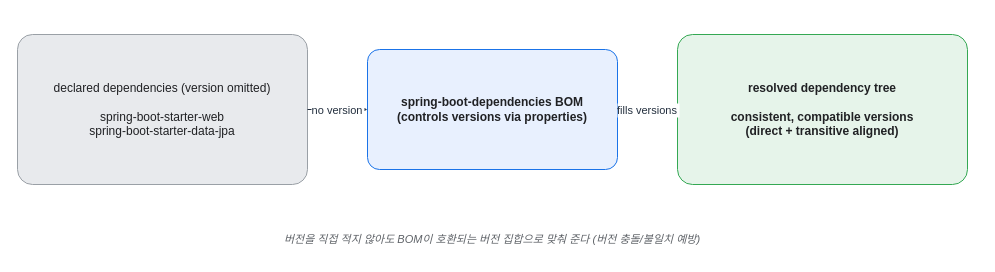
Earlier version of the draw.io diagram assets/img/spring/spring-22-dependency-bom.drawio (KKamJi98/kkamji98.github.io). Source tidied: cells renumbered, new cells numbered last; positions are measured from the earlier drawing's top-left corner, leaving out a move shared by most shapes. Both pictures are drawn from the tidied source at 100%, with x=0, y=0 at pixel (17, 34).
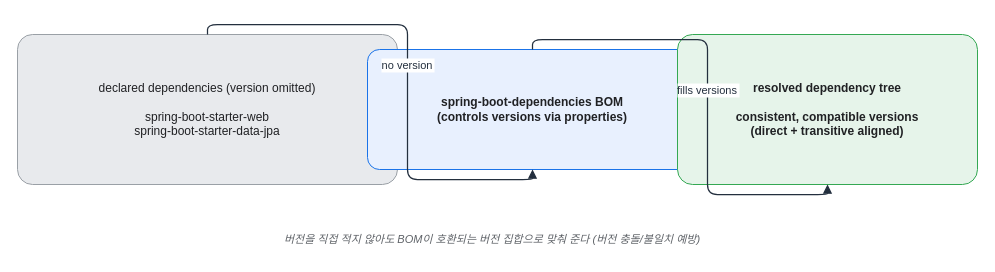
After the change.

Change to the diagram source:
```diff
@@
 <mxGraphModel background="#FFFFFF">
   <root>
     <mxCell id="0" />
     <mxCell id="1" parent="0" />
-    <mxCell id="2" value="declared dependencies (version omitted)&#10;&#10;spring-boot-starter-web&#10;spring-boot-starter-data-jpa" style="rounded=1;whiteSpace=wrap;html=1;arcSize=10;shadow=0;fillColor=#E8EAED;strokeColor=#9AA0A6;fontColor=#202124;" parent="1" vertex="1">
-      <mxGeometry width="290" height="150" as="geometry" />
+    <mxCell id="2" value="declared dependencies (version omitted)&#10;&#10;spring-boot-starter-web&#10;spring-boot-starter-data-jpa" style="rounded=1;whiteSpace=wrap;html=0;arcSize=10;shadow=0;fillColor=#E8EAED;strokeColor=#9AA0A6;fontColor=#202124;" parent="1" vertex="1">
+      <mxGeometry width="380" height="150" as="geometry" />
     </mxCell>
-    <mxCell id="3" value="spring-boot-dependencies BOM&#10;(controls versions via properties)" style="rounded=1;whiteSpace=wrap;html=1;arcSize=10;shadow=0;fillColor=#E8F0FE;strokeColor=#1A73E8;fontColor=#202124;fontStyle=1;" parent="1" vertex="1">
-      <mxGeometry x="350" y="15" width="250" height="120" as="geometry" />
+    <mxCell id="3" value="spring-boot-dependencies BOM&#10;(controls versions via properties)" style="rounded=1;whiteSpace=wrap;html=0;arcSize=10;shadow=0;fillColor=#E8F0FE;strokeColor=#1A73E8;fontColor=#202124;fontStyle=1;" parent="1" vertex="1">
+      <mxGeometry x="350" y="15" width="330" height="120" as="geometry" />
     </mxCell>
-    <mxCell id="4" value="resolved dependency tree&#10;&#10;consistent, compatible versions&#10;(direct + transitive aligned)" style="rounded=1;whiteSpace=wrap;html=1;arcSize=10;shadow=0;fillColor=#E6F4EA;strokeColor=#34A853;fontColor=#202124;fontStyle=1;" parent="1" vertex="1">
-      <mxGeometry x="660" width="290" height="150" as="geometry" />
+    <mxCell id="4" value="resolved dependency tree&#10;&#10;consistent, compatible versions&#10;(direct + transitive aligned)" style="rounded=1;whiteSpace=wrap;html=0;arcSize=10;shadow=0;fillColor=#E6F4EA;strokeColor=#34A853;fontColor=#202124;fontStyle=1;" parent="1" vertex="1">
+      <mxGeometry x="660" width="300" height="150" as="geometry" />
     </mxCell>
-    <mxCell id="5" value="버전을 직접 적지 않아도 BOM이 호환되는 버전 집합으로 맞춰 준다 (버전 충돌/불일치 예방)" style="text;html=1;align=center;verticalAlign=middle;whiteSpace=wrap;fontSize=11;fontColor=#5F6368;fontStyle=2;" parent="1" vertex="1">
+    <mxCell id="5" value="버전을 직접 적지 않아도 BOM이 호환되는 버전 집합으로 맞춰 준다 (버전 충돌/불일치 예방)" style="text;html=0;align=center;verticalAlign=middle;whiteSpace=wrap;fontSize=11;fontColor=#5F6368;fontStyle=2;" parent="1" vertex="1">
       <mxGeometry y="190" width="950" height="30" as="geometry" />
     </mxCell>
-    <mxCell id="6" value="no version" style="edgeStyle=orthogonalEdgeStyle;rounded=1;html=0;endArrow=block;strokeColor=#232F3E;fontColor=#232F3E;labelBackgroundColor=#FFFFFF;" parent="1" edge="1" source="2" target="3">
+    <mxCell id="6" value="no version" style="edgeStyle=orthogonalEdgeStyle;rounded=1;html=0;endArrow=block;strokeColor=#232F3E;fontColor=#232F3E;labelBackgroundColor=#FFFFFF;strokeWidth=1.25;" parent="1" edge="1" source="2" target="3">
       <mxGeometry relative="1" as="geometry" />
     </mxCell>
-    <mxCell id="7" value="fills versions" style="edgeStyle=orthogonalEdgeStyle;rounded=1;html=0;endArrow=block;strokeColor=#232F3E;fontColor=#232F3E;labelBackgroundColor=#FFFFFF;" parent="1" edge="1" source="3" target="4">
+    <mxCell id="7" value="fills versions" style="edgeStyle=orthogonalEdgeStyle;rounded=1;html=0;endArrow=block;strokeColor=#232F3E;fontColor=#232F3E;labelBackgroundColor=#FFFFFF;strokeWidth=1.25;" parent="1" edge="1" source="3" target="4">
       <mxGeometry relative="1" as="geometry" />
     </mxCell>
   </root>
 </mxGraphModel>
```
